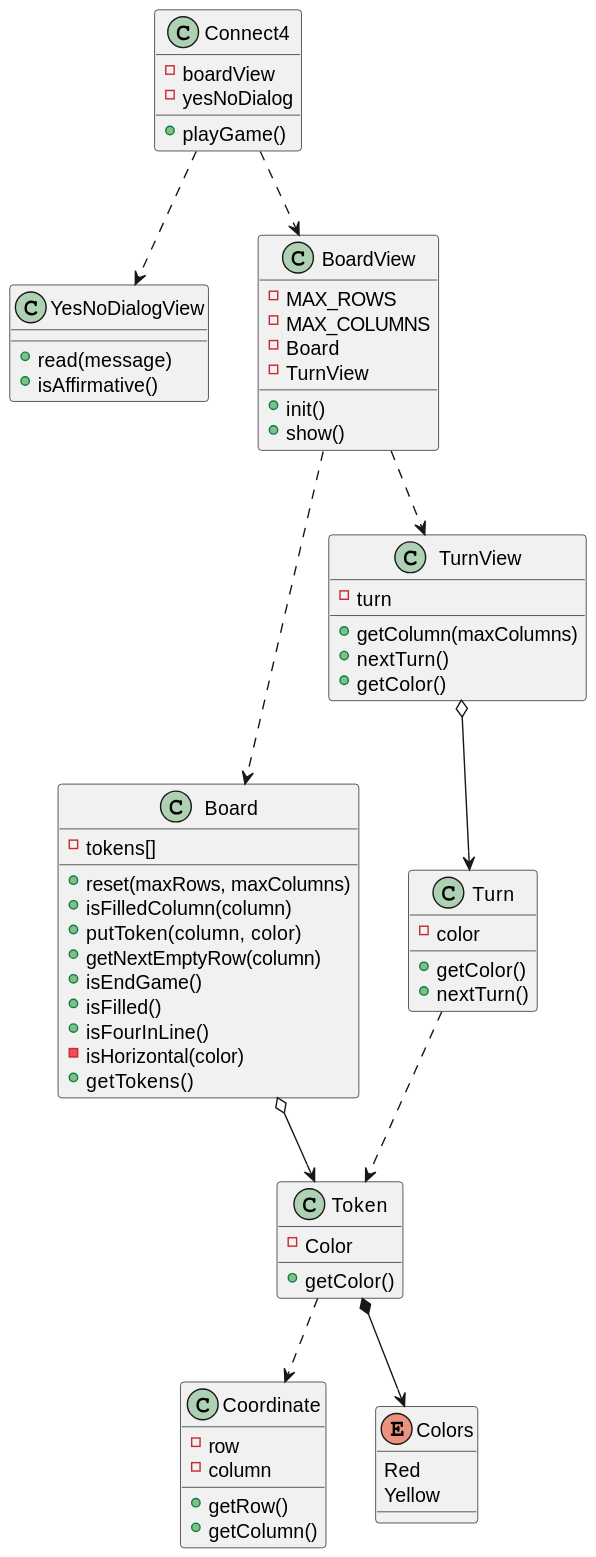
The PlantUML diagram out/UML/softwareModel/softwareModel.svg in jumpering/connect4, before a commit.
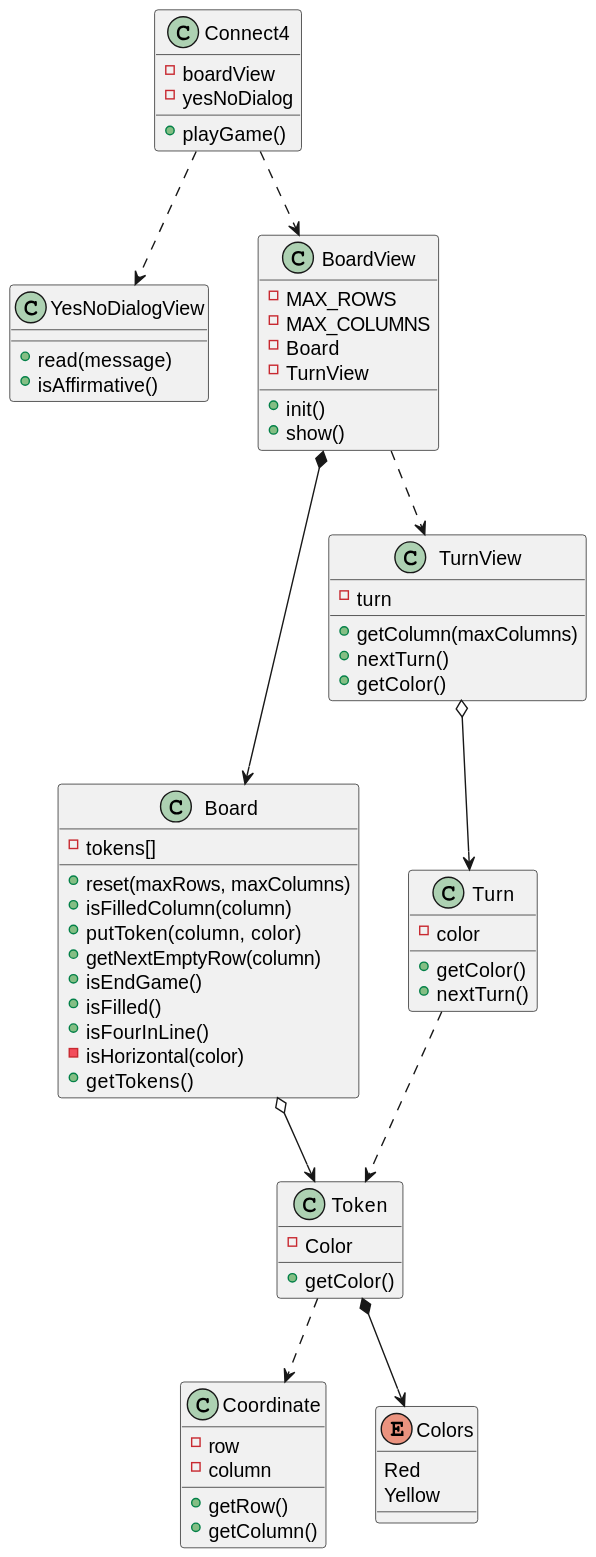
The same file after the commit.

What changed in the source:
```diff
@@ -60,7 +60,7 @@
 Connect4 ..> BoardView
 Connect4 ..> YesNoDialogView
 
-BoardView ..> Board
+BoardView *--> Board
 BoardView ..> TurnView
 TurnView o--> Turn
 
```
